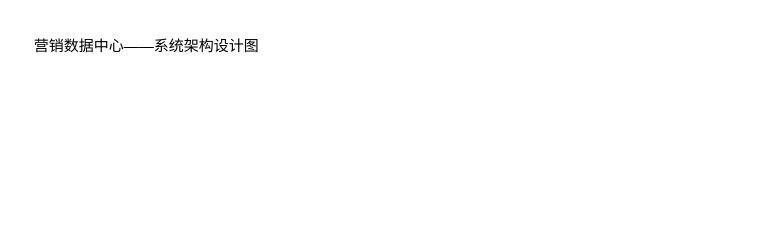
Before: 营销数据中心.drawio in jensen1404ai-bit/Draw.io, a draw.io diagram. Source tidied: cells renumbered, new cells numbered last; positions are measured from the earlier drawing's top-left corner, leaving out a move shared by most shapes. Both pictures are drawn from the tidied source at 125%, with x=0, y=0 at pixel (21, 21).
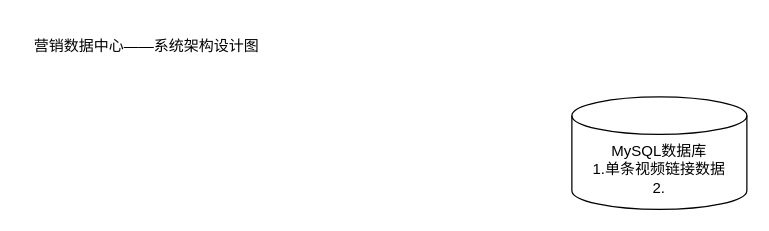
The same diagram, later.

Commit message:
更新营销数据中心.drawio

What changed in the source:
```diff
@@
 <mxGraphModel>
   <root>
     <mxCell id="0" />
     <mxCell id="1" parent="0" />
     <mxCell id="2" value="营销数据中心——系统架构设计图" style="text;html=1;whiteSpace=wrap;strokeColor=none;fillColor=none;align=center;verticalAlign=middle;rounded=0;" parent="1" vertex="1">
       <mxGeometry width="200" height="40" as="geometry" />
     </mxCell>
+    <mxCell id="3" value="MySQL数据库&lt;br&gt;1.单条视频链接数据&lt;br&gt;2." style="shape=cylinder3;whiteSpace=wrap;html=1;boundedLbl=1;backgroundOutline=1;size=15;" parent="1" vertex="1">
+      <mxGeometry x="440" y="60" width="140" height="90" as="geometry" />
+    </mxCell>
   </root>
 </mxGraphModel>
```
